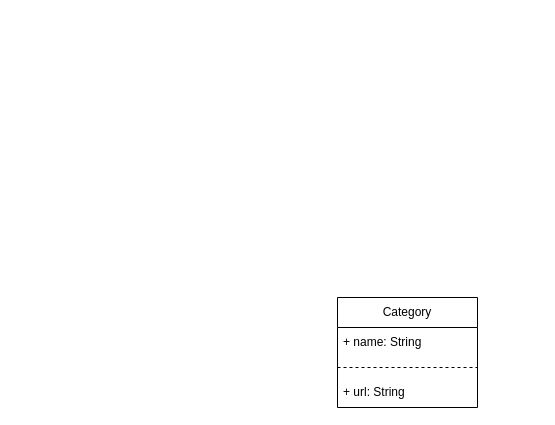
The draw.io diagram specification/database-diagram.drawio in davmedeiros/inventory-application, before the edit. Source tidied: cells renumbered, new cells numbered last; positions are measured from the earlier drawing's top-left corner, leaving out a move shared by most shapes. Both pictures are drawn from the tidied source at 100%, with x=0, y=0 at pixel (337, 297).
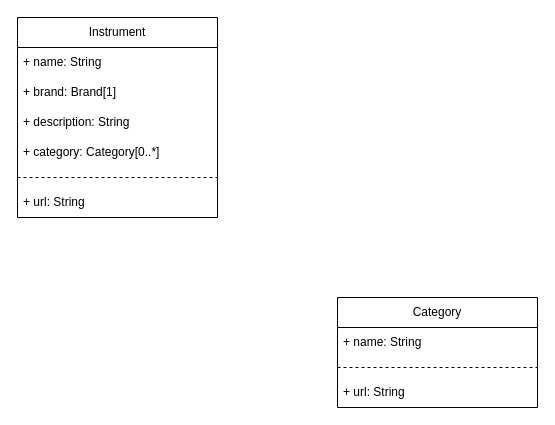
The same page after the edit.

Commit message:
Draw Instrument table

What changed in the source:
```diff
@@
 <mxGraphModel>
   <root>
     <mxCell id="0" />
     <mxCell id="1" parent="0" />
+    <mxCell id="6" value="Instrument" style="swimlane;fontStyle=0;horizontal=1;startSize=30;whiteSpace=wrap;html=1;rounded=0;swimlaneLine=1;shadow=0;strokeColor=default;" parent="1" vertex="1">
+      <mxGeometry x="-320" y="-280" width="200" height="200" as="geometry" />
+    </mxCell>
+    <mxCell id="7" value="+ name: String" style="text;strokeColor=none;fillColor=none;align=left;verticalAlign=middle;spacingLeft=4;spacingRight=4;overflow=hidden;whiteSpace=wrap;html=1;" parent="6" vertex="1">
+      <mxGeometry y="30" width="200" height="30" as="geometry" />
+    </mxCell>
+    <mxCell id="8" value="+ brand: Brand[1]" style="text;strokeColor=none;fillColor=none;align=left;verticalAlign=middle;spacingLeft=4;spacingRight=4;overflow=hidden;whiteSpace=wrap;html=1;" parent="6" vertex="1">
+      <mxGeometry y="60" width="200" height="30" as="geometry" />
+    </mxCell>
+    <mxCell id="9" value="+ description: String" style="text;strokeColor=none;fillColor=none;align=left;verticalAlign=middle;spacingLeft=4;spacingRight=4;overflow=hidden;whiteSpace=wrap;html=1;" parent="6" vertex="1">
+      <mxGeometry y="90" width="200" height="30" as="geometry" />
+    </mxCell>
+    <mxCell id="10" value="+ category: Category[0..*]" style="text;strokeColor=none;fillColor=none;align=left;verticalAlign=middle;spacingLeft=4;spacingRight=4;overflow=hidden;whiteSpace=wrap;html=1;" parent="6" vertex="1">
+      <mxGeometry y="120" width="200" height="30" as="geometry" />
+    </mxCell>
+    <mxCell id="11" style="shape=crossbar;whiteSpace=wrap;html=1;rounded=1;shadow=0;glass=0;dashed=1;sketch=0;strokeColor=default;fillColor=none;" parent="6" vertex="1">
+      <mxGeometry y="150" width="200" height="20" as="geometry" />
+    </mxCell>
+    <mxCell id="12" value="+ url: String" style="text;strokeColor=none;fillColor=none;align=left;verticalAlign=middle;spacingLeft=4;spacingRight=4;overflow=hidden;whiteSpace=wrap;html=1;" parent="6" vertex="1">
+      <mxGeometry y="170" width="200" height="30" as="geometry" />
+    </mxCell>
     <mxCell id="2" value="Category" style="swimlane;fontStyle=0;horizontal=1;startSize=30;whiteSpace=wrap;html=1;rounded=0;swimlaneLine=1;shadow=0;strokeColor=default;" parent="1" vertex="1">
-      <mxGeometry width="140" height="110" as="geometry" />
+      <mxGeometry width="200" height="110" as="geometry" />
     </mxCell>
-    <mxCell id="3" value="+ name: String&amp;nbsp;" style="text;strokeColor=none;fillColor=none;align=left;verticalAlign=middle;spacingLeft=4;spacingRight=4;overflow=hidden;whiteSpace=wrap;html=1;" parent="2" vertex="1">
-      <mxGeometry y="30" width="140" height="30" as="geometry" />
-    </mxCell>
-    <mxCell id="4" style="shape=crossbar;whiteSpace=wrap;html=1;rounded=1;shadow=0;glass=0;dashed=1;sketch=0;strokeColor=default;fillColor=none;" parent="2" vertex="1">
-      <mxGeometry y="60" width="140" height="20" as="geometry" />
-    </mxCell>
-    <mxCell id="5" value="+ url: String" style="text;strokeColor=none;fillColor=none;align=left;verticalAlign=middle;spacingLeft=4;spacingRight=4;overflow=hidden;whiteSpace=wrap;html=1;" parent="2" vertex="1">
-      <mxGeometry y="80" width="140" height="30" as="geometry" />
-    </mxCell>
+    <mxCell id="13" value="+ name: String" style="text;strokeColor=none;fillColor=none;align=left;verticalAlign=middle;spacingLeft=4;spacingRight=4;overflow=hidden;whiteSpace=wrap;html=1;" parent="2" vertex="1">
+      <mxGeometry y="30" width="200" height="30" as="geometry" />
+    </mxCell>
+    <mxCell id="14" style="shape=crossbar;whiteSpace=wrap;html=1;rounded=1;shadow=0;glass=0;dashed=1;sketch=0;strokeColor=default;fillColor=none;" parent="2" vertex="1">
+      <mxGeometry y="60" width="200" height="20" as="geometry" />
+    </mxCell>
+    <mxCell id="15" value="+ url: String" style="text;strokeColor=none;fillColor=none;align=left;verticalAlign=middle;spacingLeft=4;spacingRight=4;overflow=hidden;whiteSpace=wrap;html=1;" parent="2" vertex="1">
+      <mxGeometry y="80" width="200" height="30" as="geometry" />
+    </mxCell>
   </root>
 </mxGraphModel>
```
